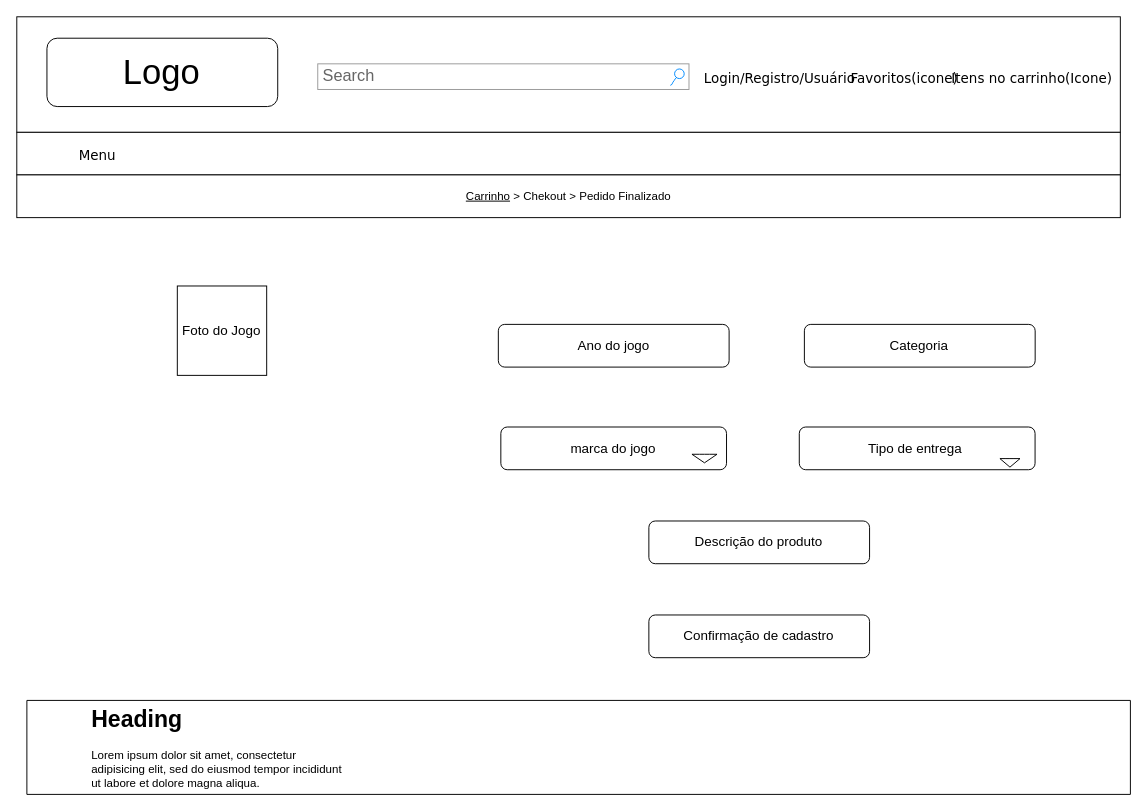
The draw.io diagram page "2.2 Cadastro do jogo" (7 of 16) of wireframe.drawio in pdaambrosio/dh_group_5, before the edit. Source tidied: cells renumbered, new cells numbered last; positions are measured from the earlier drawing's top-left corner, leaving out a move shared by most shapes. Both pictures are drawn from the tidied source at 96%, with x=0, y=0 at pixel (16, 16).
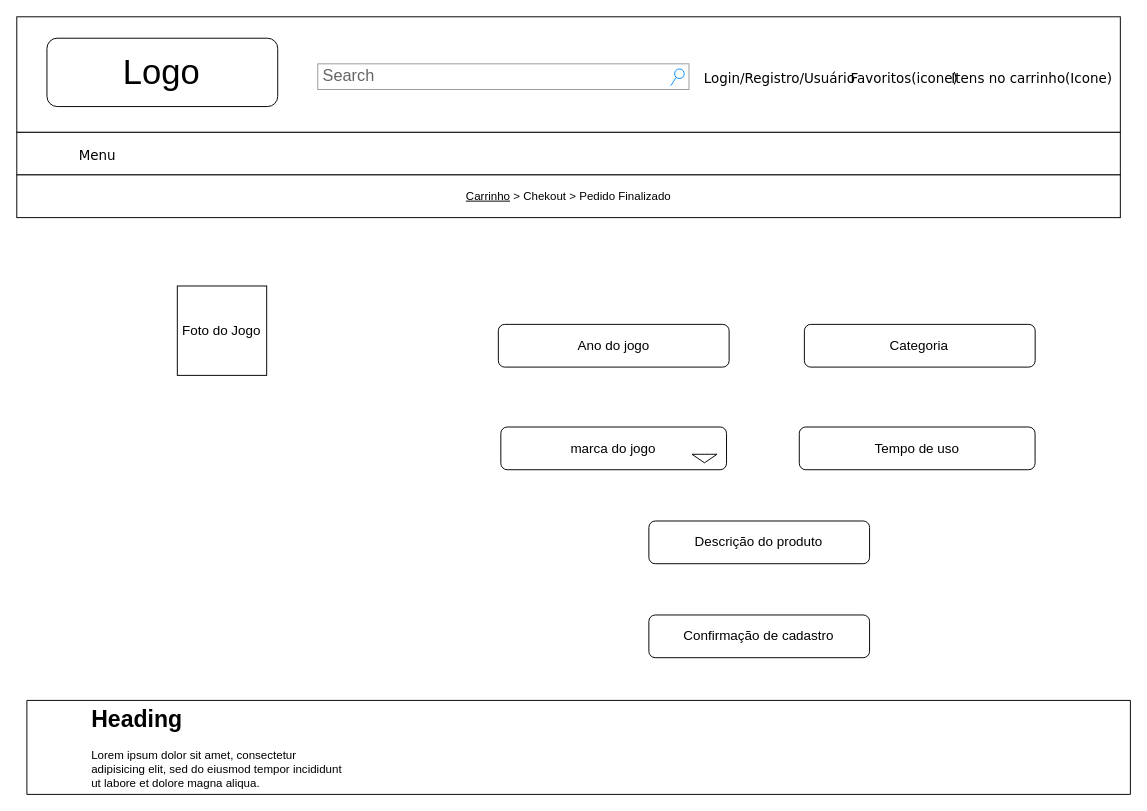
The same diagram, later.

Unchanged cells that the change refers to:
```xml
<mxCell id="2" style="group;" parent="1" vertex="1">
  <mxGeometry width="1160" height="810" as="geometry" />
</mxCell>
```

The edit, as a diff of the source:
```diff
@@
-    <mxCell id="12" value="&lt;font style=&quot;font-size: 14px&quot;&gt;Tipo de entrega&amp;nbsp;&lt;/font&gt;" style="rounded=1;whiteSpace=wrap;html=1;" parent="2" vertex="1">
+    <mxCell id="12" value="&lt;font style=&quot;font-size: 14px&quot;&gt;Tempo de uso&lt;/font&gt;" style="rounded=1;whiteSpace=wrap;html=1;" parent="2" vertex="1">
       <mxGeometry x="815.1" y="427.3" width="245.6" height="44.5" as="geometry" />
     </mxCell>
@@
-    <mxCell id="18" style="html=1;shadow=0;dashed=0;align=center;verticalAlign=middle;shape=mxgraph.arrows2.arrow;dy=0.6;dx=40;direction=south;notch=0;" parent="2" vertex="1">
-      <mxGeometry x="1024.1" y="460.2" width="20.9" height="8.9" as="geometry" />
-    </mxCell>
```
